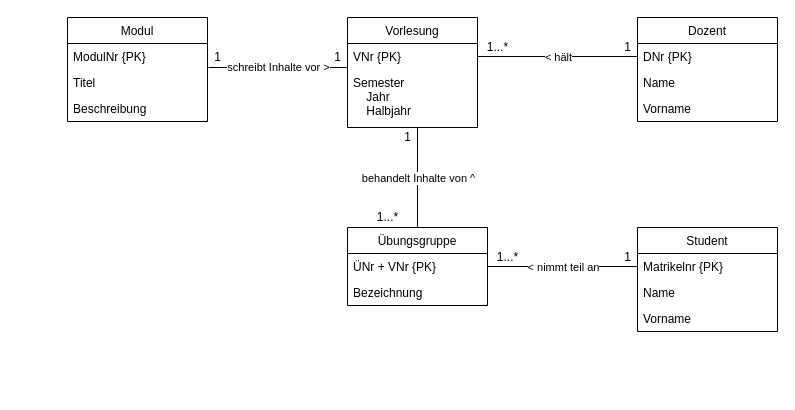
AndreasThum/UML-Notes keeps this draw.io diagram as Untitled Diagram.drawio. Above is the earlier version. Source tidied: cells renumbered, new cells numbered last; positions are measured from the earlier drawing's top-left corner, leaving out a move shared by most shapes. Both pictures are drawn from the tidied source at 100%, with x=0, y=0 at pixel (67, 17).
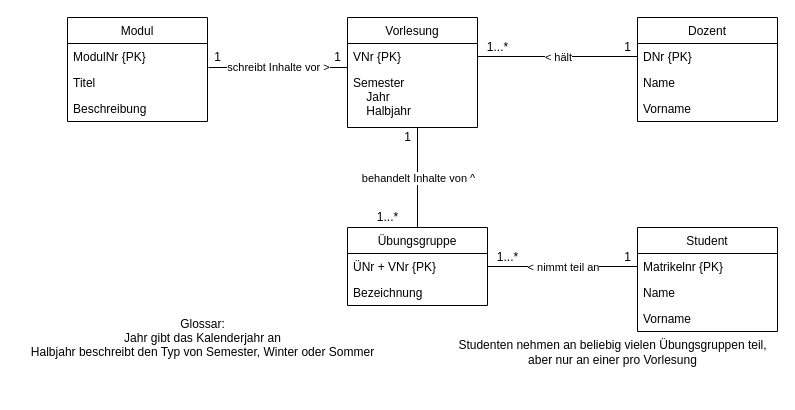
Above is the later version.

Diff of the diagram source:
```diff
@@
+    <mxCell id="36" value="&lt;div&gt;Glossar:&lt;/div&gt;&lt;div&gt;Jahr gibt das Kalenderjahr an&lt;br&gt;&lt;/div&gt;&lt;div&gt;Halbjahr beschreibt den Typ von Semester, Winter oder Sommer&lt;br&gt;&lt;/div&gt;&lt;div&gt;&lt;br&gt;&lt;/div&gt;&lt;div&gt;&lt;br&gt;&lt;/div&gt;" style="text;html=1;align=center;verticalAlign=middle;strokeColor=none;" parent="1" vertex="1">
+      <mxGeometry x="-50" y="295" width="370" height="80" as="geometry" />
+    </mxCell>
+    <mxCell id="37" value="&lt;div&gt;Studenten nehmen an beliebig vielen Übungsgruppen teil, &lt;br&gt;&lt;/div&gt;&lt;div&gt;aber nur an einer pro Vorlesung&lt;/div&gt;" style="text;html=1;align=center;verticalAlign=middle;strokeColor=none;" parent="1" vertex="1">
+      <mxGeometry x="380" y="320" width="330" height="30" as="geometry" />
+    </mxCell>
```
